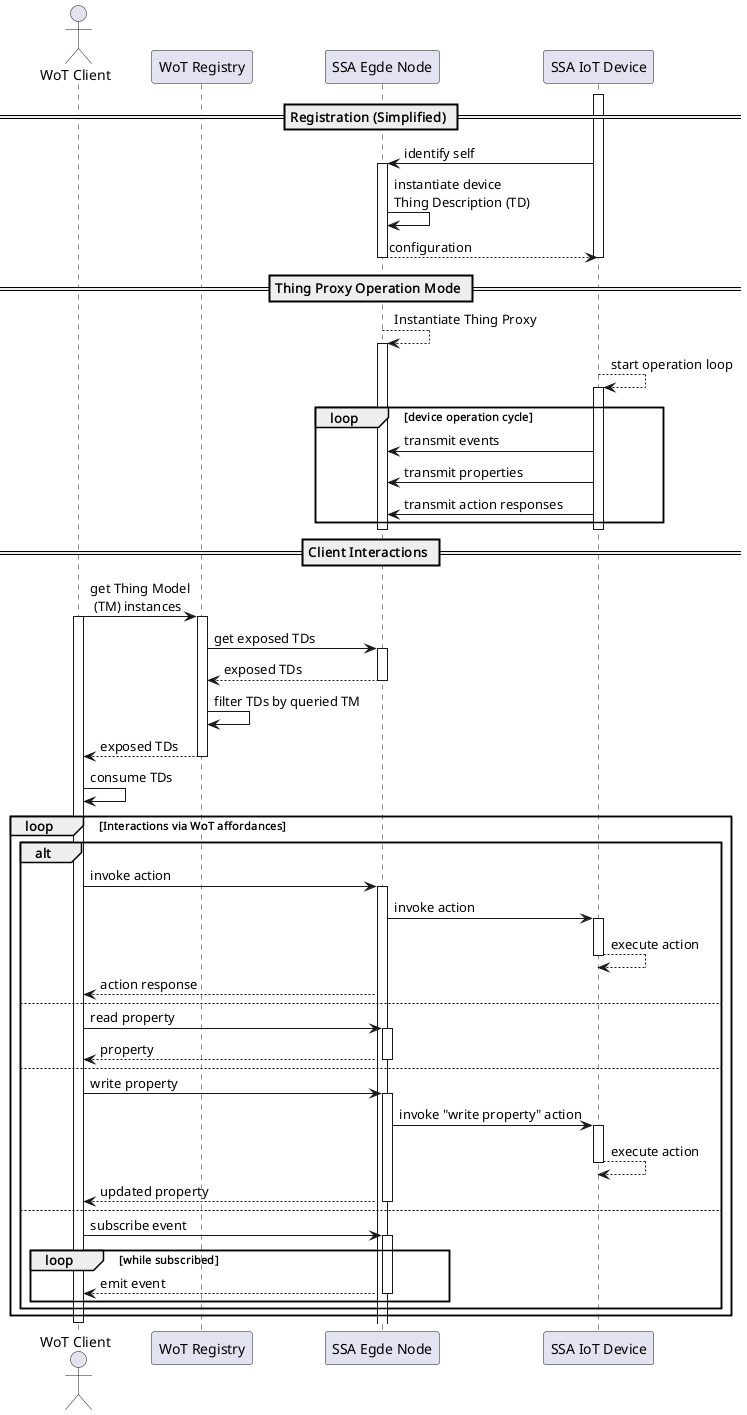
Before: uml/wot_client_proxy.png, a diagram exported from PlantUML (les2feup/CityLink).
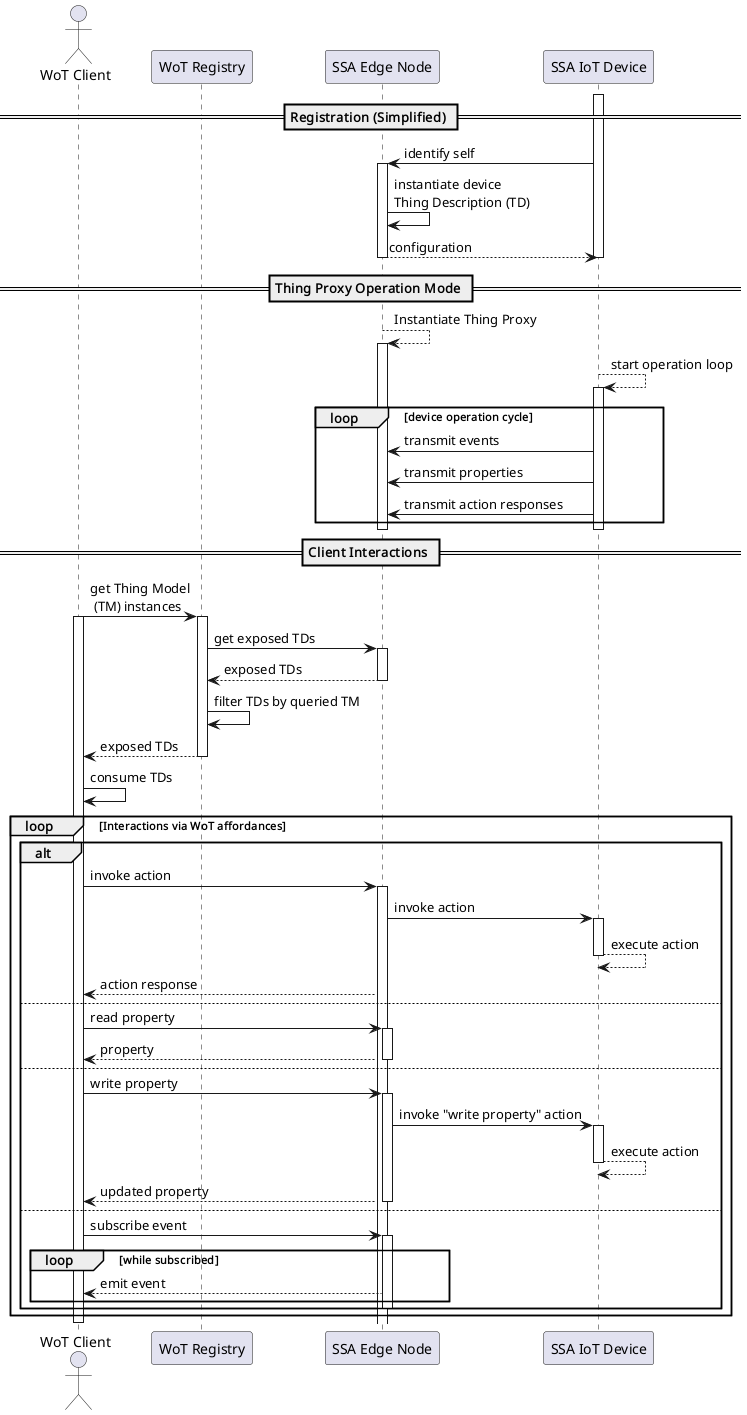
The same diagram one commit later.

The edit, as a diff of the source:
```diff
@@ -2,7 +2,7 @@
 
 actor "WoT Client" as client
 participant "WoT Registry" as wot
-participant "SSA Egde Node" as edge
+participant "SSA Edge Node" as edge
 participant "SSA IoT Device"  as device
 
 == Registration (Simplified) ==
@@ -83,8 +83,8 @@
         activate edge
         loop while subscribed
             edge --> client : emit event
-            deactivate edge
         end
+        deactivate edge
     end
 end
 
```
